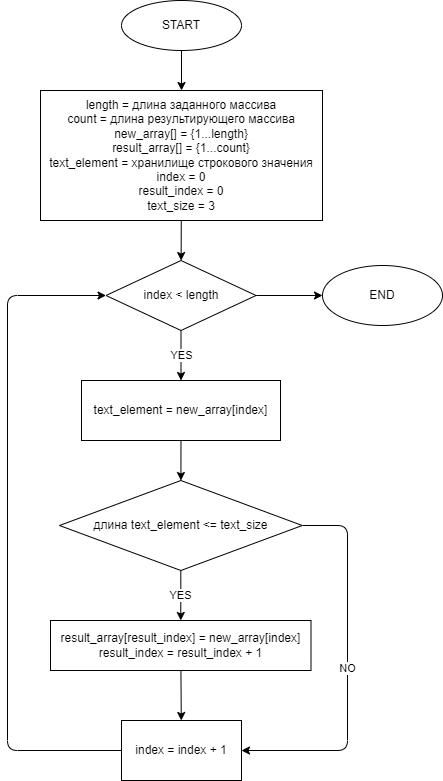
Above: flowchart.drawio.png in DmitriyKlaes/Final_Test_1st_Quarter_22-06-28 (draw.io), before the change. Source tidied: cells renumbered, new cells last; positions are measured from the earlier drawing's top-left corner, leaving out a move shared by most shapes.
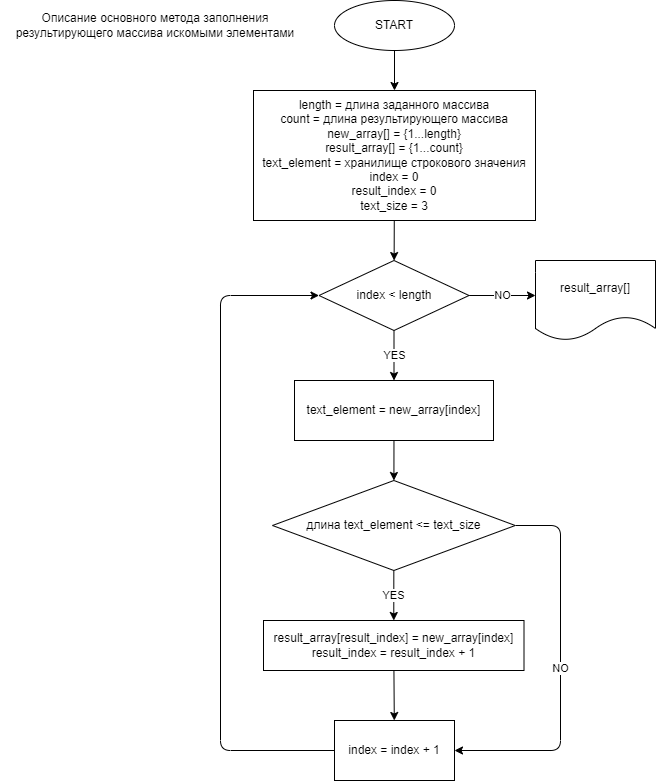
After the change.

The edit, as a diff of the source:
```diff
@@ -19,8 +19,10 @@
     <mxCell id="6" value="YES" style="edgeStyle=none;html=1;" parent="1" edge="1" source="8" target="10">
       <mxGeometry relative="1" as="geometry" />
     </mxCell>
-    <mxCell id="7" style="edgeStyle=none;html=1;" parent="1" edge="1" source="8" target="18">
-      <mxGeometry relative="1" as="geometry" />
+    <mxCell id="7" value="NO" style="edgeStyle=none;html=1;" parent="1" edge="1" source="8">
+      <mxGeometry relative="1" as="geometry">
+        <mxPoint x="315" y="295" as="targetPoint" />
+      </mxGeometry>
     </mxCell>
     <mxCell id="8" value="index &amp;lt; length" style="rhombus;whiteSpace=wrap;html=1;" parent="1" vertex="1">
       <mxGeometry x="98.5" y="260" width="150" height="70" as="geometry" />
@@ -62,8 +64,11 @@
     <mxCell id="17" value="index = index + 1" style="whiteSpace=wrap;html=1;" parent="1" vertex="1">
       <mxGeometry x="114" y="720" width="120" height="60" as="geometry" />
     </mxCell>
-    <mxCell id="18" value="END" style="ellipse;whiteSpace=wrap;html=1;" parent="1" vertex="1">
-      <mxGeometry x="315" y="265" width="120" height="60" as="geometry" />
-    </mxCell>
+    <mxCell id="19" value="&lt;span&gt;result_array[]&lt;/span&gt;" style="shape=document;whiteSpace=wrap;html=1;boundedLbl=1;" parent="1" vertex="1">
+      <mxGeometry x="315" y="260" width="120" height="80" as="geometry" />
+    </mxCell>
+    <mxCell id="20" value="Описание основного метода заполнения результирующего массива искомыми элементами" style="text;html=1;strokeColor=none;fillColor=none;align=center;verticalAlign=middle;whiteSpace=wrap;rounded=0;" parent="1" vertex="1">
+      <mxGeometry x="-220" y="10" width="310" height="30" as="geometry" />
+    </mxCell>
   </root>
 </mxGraphModel>
```
